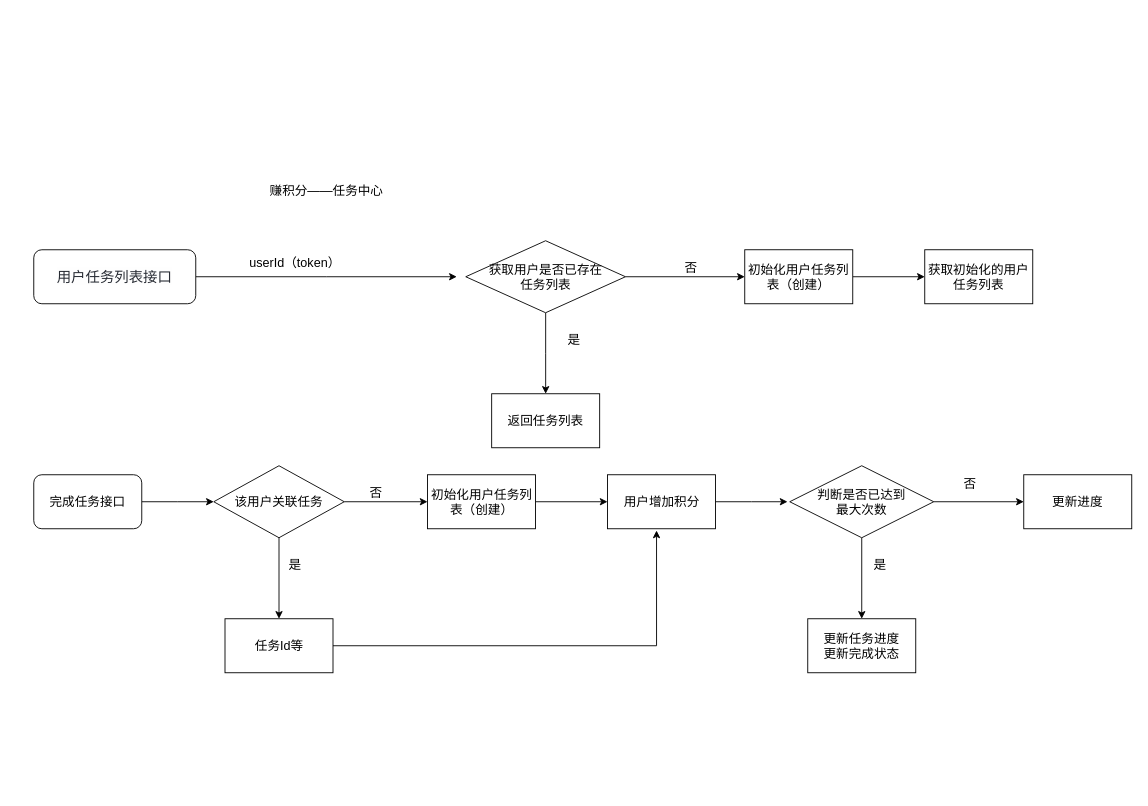
YYB1024/myRemoteRepo keeps this draw.io diagram as 用户任务流程图.drawio. Above is the earlier version. Source tidied: cells renumbered, new cells numbered last; positions are measured from the earlier drawing's top-left corner, leaving out a move shared by most shapes. Both pictures are drawn from the tidied source at 90%, with x=0, y=0 at pixel (33, 177).
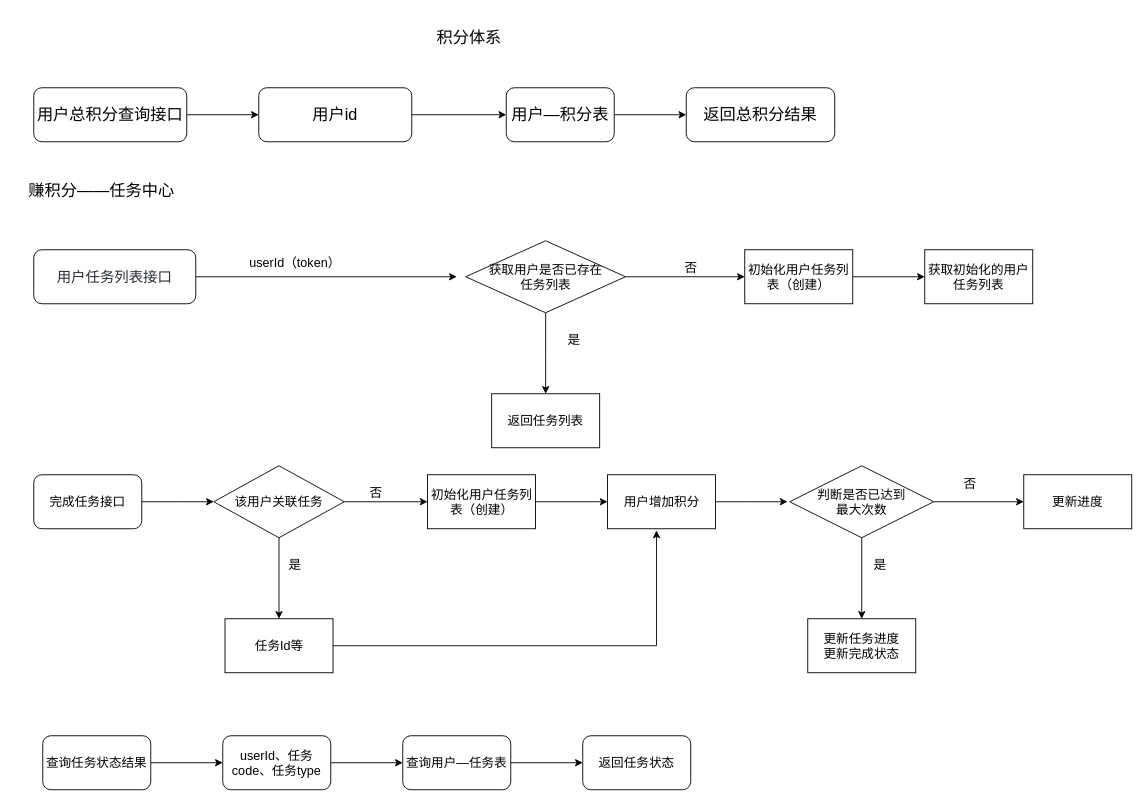
The same diagram, later.

Commit message (it also covers changes not shown here):
更新用户任务流程图.drawio

What changed in the source:
```diff
@@
-    <mxCell id="2" value="赚积分——任务中心" style="text;html=1;align=center;verticalAlign=middle;strokeColor=none;fillColor=none;fontSize=14;" parent="1" vertex="1">
-      <mxGeometry x="250" width="150" height="30" as="geometry" />
+    <mxCell id="2" value="&lt;font style=&quot;font-size: 18px;&quot;&gt;赚积分——任务中心&lt;/font&gt;" style="text;html=1;align=center;verticalAlign=middle;strokeColor=none;fillColor=none;fontSize=14;" parent="1" vertex="1">
+      <mxGeometry x="-20" y="-5" width="190" height="40" as="geometry" />
     </mxCell>
@@
+    <mxCell id="35" style="edgeStyle=orthogonalEdgeStyle;rounded=0;jettySize=auto;html=1;fontSize=14;" parent="1" edge="1" source="36" target="38">
+      <mxGeometry relative="1" as="geometry" />
+    </mxCell>
+    <mxCell id="36" value="查询任务状态结果" style="rounded=1;whiteSpace=wrap;html=1;fontSize=14;" parent="1" vertex="1">
+      <mxGeometry x="10" y="620" width="120" height="60" as="geometry" />
+    </mxCell>
+    <mxCell id="37" style="edgeStyle=orthogonalEdgeStyle;rounded=0;jettySize=auto;html=1;fontSize=14;" parent="1" edge="1" source="38" target="40">
+      <mxGeometry relative="1" as="geometry" />
+    </mxCell>
+    <mxCell id="38" value="userId、任务code、任务type" style="whiteSpace=wrap;html=1;fontSize=14;rounded=1;" parent="1" vertex="1">
+      <mxGeometry x="210" y="620" width="120" height="60" as="geometry" />
+    </mxCell>
+    <mxCell id="39" style="edgeStyle=orthogonalEdgeStyle;rounded=0;jettySize=auto;html=1;fontSize=14;" parent="1" edge="1" source="40" target="41">
+      <mxGeometry relative="1" as="geometry" />
+    </mxCell>
+    <mxCell id="40" value="查询用户—任务表" style="whiteSpace=wrap;html=1;fontSize=14;rounded=1;" parent="1" vertex="1">
+      <mxGeometry x="410" y="620" width="120" height="60" as="geometry" />
+    </mxCell>
+    <mxCell id="41" value="返回任务状态" style="whiteSpace=wrap;html=1;fontSize=14;rounded=1;" parent="1" vertex="1">
+      <mxGeometry x="610" y="620" width="120" height="60" as="geometry" />
+    </mxCell>
+    <mxCell id="42" style="edgeStyle=orthogonalEdgeStyle;rounded=0;jettySize=auto;html=1;fontSize=18;" parent="1" edge="1" source="43" target="46">
+      <mxGeometry relative="1" as="geometry" />
+    </mxCell>
+    <mxCell id="43" value="用户总积分查询接口" style="rounded=1;whiteSpace=wrap;html=1;fontSize=18;" parent="1" vertex="1">
+      <mxGeometry y="-100" width="170" height="60" as="geometry" />
+    </mxCell>
+    <mxCell id="44" value="积分体系" style="text;html=1;strokeColor=none;fillColor=none;align=center;verticalAlign=middle;whiteSpace=wrap;rounded=0;fontSize=18;" parent="1" vertex="1">
+      <mxGeometry x="378" y="-180" width="212" height="50" as="geometry" />
+    </mxCell>
+    <mxCell id="45" style="edgeStyle=orthogonalEdgeStyle;rounded=0;jettySize=auto;html=1;fontSize=18;" parent="1" edge="1" source="46" target="48">
+      <mxGeometry relative="1" as="geometry" />
+    </mxCell>
+    <mxCell id="46" value="用户id" style="rounded=1;whiteSpace=wrap;html=1;fontSize=18;" parent="1" vertex="1">
+      <mxGeometry x="250" y="-100" width="170" height="60" as="geometry" />
+    </mxCell>
+    <mxCell id="47" style="edgeStyle=orthogonalEdgeStyle;rounded=0;jettySize=auto;html=1;fontSize=18;" parent="1" edge="1" source="48" target="49">
+      <mxGeometry relative="1" as="geometry" />
+    </mxCell>
+    <mxCell id="48" value="用户—积分表" style="whiteSpace=wrap;html=1;fontSize=18;rounded=1;" parent="1" vertex="1">
+      <mxGeometry x="525" y="-100" width="120" height="60" as="geometry" />
+    </mxCell>
+    <mxCell id="49" value="返回总积分结果" style="whiteSpace=wrap;html=1;fontSize=18;rounded=1;" parent="1" vertex="1">
+      <mxGeometry x="725" y="-100" width="165" height="60" as="geometry" />
+    </mxCell>
```
